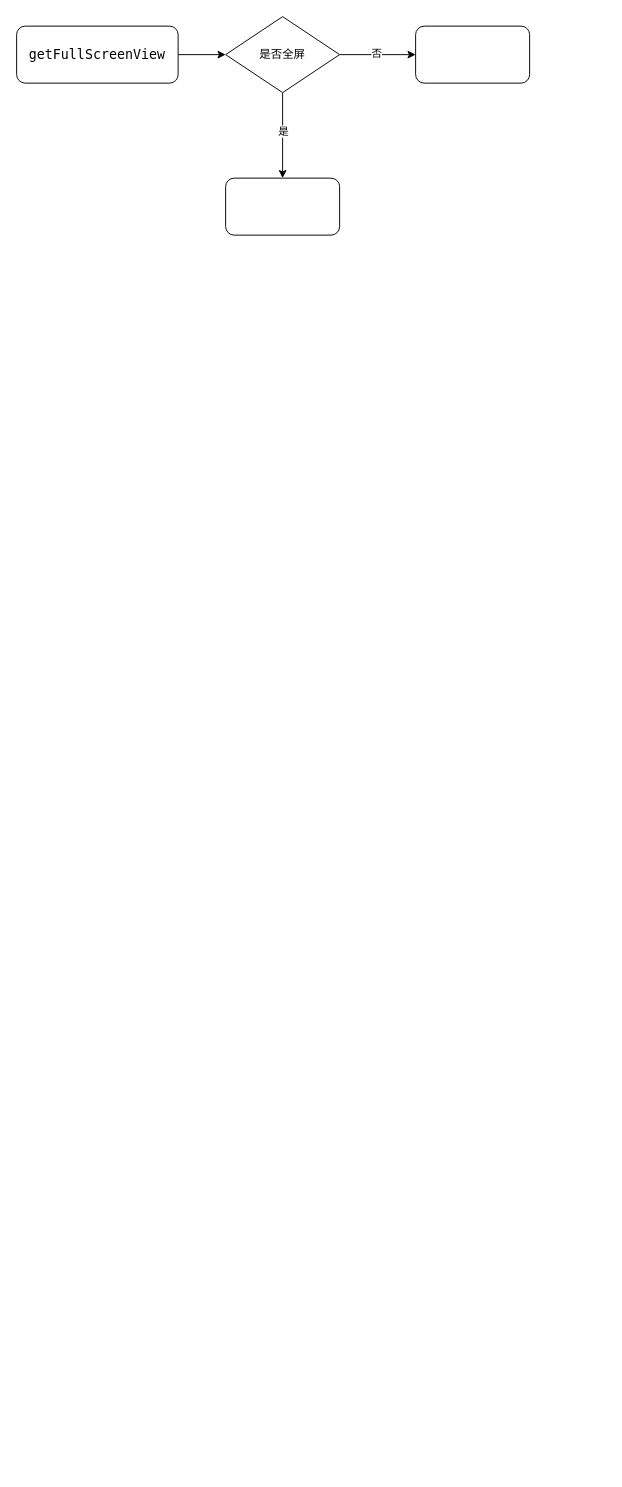
This is splashViewCreate.drawio from xinledanding/zzzzTest, a draw.io file, before an edit. Source tidied: cells renumbered, new cells numbered last; positions are measured from the earlier drawing's top-left corner, leaving out a move shared by most shapes. Both pictures are drawn from the tidied source at 95%, with x=0, y=0 at pixel (16, 16).
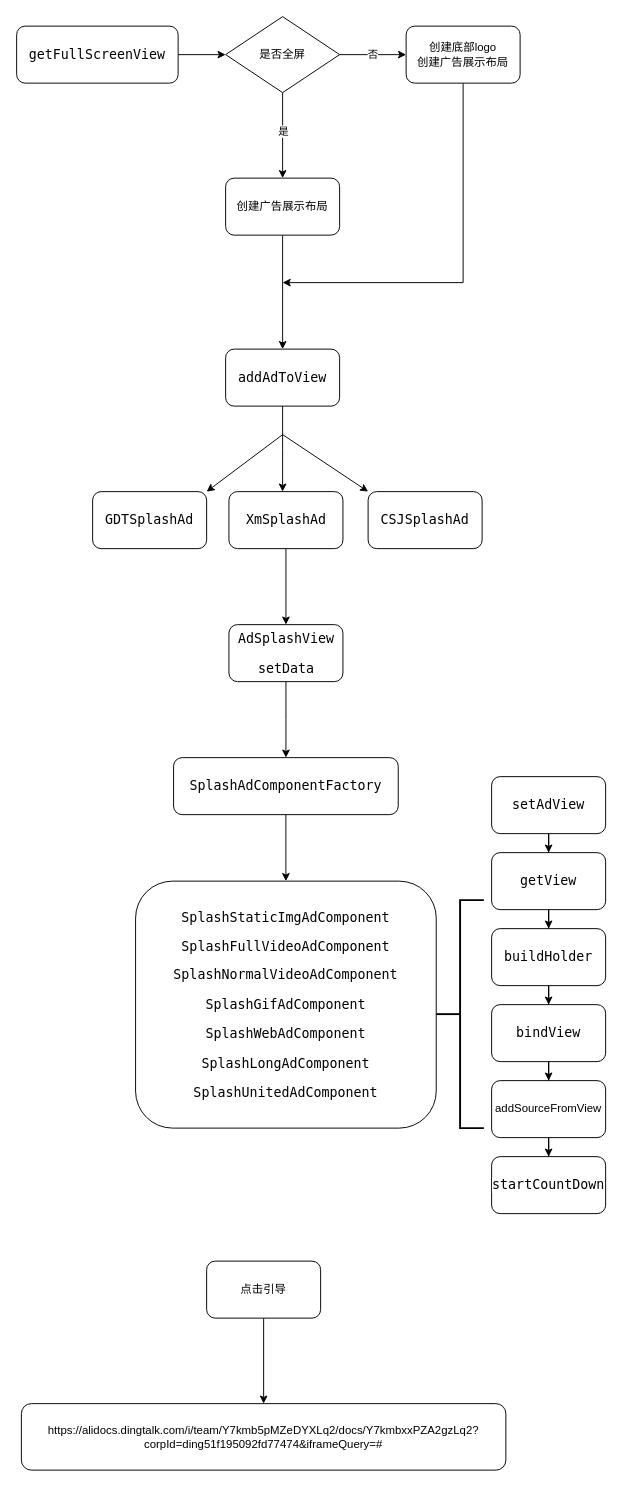
The same diagram, later.

Unchanged cells that the change refers to:
```xml
<mxCell id="8" value="是否全屏" style="rhombus;whiteSpace=wrap;html=1;" parent="1" vertex="1">
  <mxGeometry x="220" width="120" height="80" as="geometry" />
</mxCell>
```

What changed in the source:
```diff
@@
-    <mxCell id="6" style="edgeStyle=orthogonalEdgeStyle;rounded=0;jettySize=auto;html=1;" parent="1" edge="1" source="8">
-      <mxGeometry relative="1" as="geometry">
-        <mxPoint x="420" y="40" as="targetPoint" />
-      </mxGeometry>
-    </mxCell>
-    <mxCell id="7" value="否" style="edgeLabel;html=1;align=center;verticalAlign=middle;" parent="6" vertex="1">
-      <mxGeometry x="-0.05" y="2" relative="1" as="geometry" />
+    <mxCell id="7" value="否" style="edgeStyle=orthogonalEdgeStyle;rounded=0;jettySize=auto;html=1;" parent="1" edge="1" source="8" target="13">
+      <mxGeometry relative="1" as="geometry" />
     </mxCell>
@@
-    <mxCell id="9" style="rounded=1;whiteSpace=wrap;html=1;" parent="1" vertex="1">
-      <mxGeometry x="420" y="10" width="120" height="60" as="geometry" />
-    </mxCell>
+    <mxCell id="11" style="edgeStyle=orthogonalEdgeStyle;rounded=0;jettySize=auto;html=1;exitX=0.5;exitY=1;exitDx=0;exitDy=0;" parent="1" edge="1" source="10">
+      <mxGeometry relative="1" as="geometry">
+        <mxPoint x="280" y="350" as="targetPoint" />
+      </mxGeometry>
+    </mxCell>
-    <mxCell id="10" style="rounded=1;whiteSpace=wrap;html=1;" parent="1" vertex="1">
+    <mxCell id="10" value="创建广告展示布局" style="rounded=1;whiteSpace=wrap;html=1;" parent="1" vertex="1">
       <mxGeometry x="220" y="170" width="120" height="60" as="geometry" />
     </mxCell>
+    <mxCell id="12" style="edgeStyle=orthogonalEdgeStyle;rounded=0;jettySize=auto;html=1;" parent="1" edge="1" source="13">
+      <mxGeometry relative="1" as="geometry">
+        <mxPoint x="280" y="280" as="targetPoint" />
+        <Array as="points">
+          <mxPoint x="470" y="280" />
+          <mxPoint x="280" y="280" />
+        </Array>
+      </mxGeometry>
+    </mxCell>
+    <mxCell id="13" value="创建底部logo&lt;br&gt;创建广告展示布局" style="rounded=1;whiteSpace=wrap;html=1;" parent="1" vertex="1">
+      <mxGeometry x="410" y="10" width="120" height="60" as="geometry" />
+    </mxCell>
+    <mxCell id="14" style="edgeStyle=orthogonalEdgeStyle;rounded=0;jettySize=auto;html=1;" parent="1" edge="1" source="15">
+      <mxGeometry relative="1" as="geometry">
+        <mxPoint x="280" y="500" as="targetPoint" />
+      </mxGeometry>
+    </mxCell>
+    <mxCell id="15" value="&lt;pre style=&quot;background-color: rgb(255 , 255 , 255) ; font-family: &amp;#34;menlo&amp;#34; , monospace ; font-size: 10.5pt&quot;&gt;addAdToView&lt;/pre&gt;" style="rounded=1;whiteSpace=wrap;html=1;" parent="1" vertex="1">
+      <mxGeometry x="220" y="350" width="120" height="60" as="geometry" />
+    </mxCell>
+    <mxCell id="16" style="endArrow=classic;html=1;" parent="1" edge="1">
+      <mxGeometry relative="1" as="geometry">
+        <mxPoint x="280" y="440" as="sourcePoint" />
+        <mxPoint x="200" y="500" as="targetPoint" />
+      </mxGeometry>
+    </mxCell>
+    <mxCell id="17" style="endArrow=classic;html=1;" parent="1" edge="1">
+      <mxGeometry relative="1" as="geometry">
+        <mxPoint x="280" y="440" as="sourcePoint" />
+        <mxPoint x="370" y="500" as="targetPoint" />
+      </mxGeometry>
+    </mxCell>
+    <mxCell id="18" value="&lt;pre style=&quot;background-color: rgb(255 , 255 , 255) ; font-family: &amp;#34;menlo&amp;#34; , monospace ; font-size: 10.5pt&quot;&gt;GDTSplashAd&lt;/pre&gt;" style="rounded=1;whiteSpace=wrap;html=1;" parent="1" vertex="1">
+      <mxGeometry x="80" y="500" width="120" height="60" as="geometry" />
+    </mxCell>
+    <mxCell id="19" value="&lt;pre style=&quot;background-color: rgb(255 , 255 , 255) ; font-family: &amp;#34;menlo&amp;#34; , monospace ; font-size: 10.5pt&quot;&gt;CSJSplashAd&lt;/pre&gt;" style="rounded=1;whiteSpace=wrap;html=1;" parent="1" vertex="1">
+      <mxGeometry x="370" y="500" width="120" height="60" as="geometry" />
+    </mxCell>
+    <mxCell id="20" style="edgeStyle=orthogonalEdgeStyle;rounded=0;jettySize=auto;html=1;" parent="1" edge="1" source="21" target="23">
+      <mxGeometry relative="1" as="geometry" />
+    </mxCell>
+    <mxCell id="21" value="&lt;pre style=&quot;background-color: rgb(255 , 255 , 255) ; font-family: &amp;#34;menlo&amp;#34; , monospace ; font-size: 10.5pt&quot;&gt;XmSplashAd&lt;/pre&gt;" style="rounded=1;whiteSpace=wrap;html=1;" parent="1" vertex="1">
+      <mxGeometry x="223.5" y="500" width="120" height="60" as="geometry" />
+    </mxCell>
+    <mxCell id="22" style="edgeStyle=orthogonalEdgeStyle;rounded=0;jettySize=auto;html=1;" parent="1" edge="1" source="23" target="25">
+      <mxGeometry relative="1" as="geometry" />
+    </mxCell>
+    <mxCell id="23" value="&lt;pre style=&quot;background-color: rgb(255 , 255 , 255) ; font-family: &amp;#34;menlo&amp;#34; , monospace ; font-size: 10.5pt&quot;&gt;&lt;pre style=&quot;font-family: &amp;#34;menlo&amp;#34; , monospace ; font-size: 10.5pt&quot;&gt;AdSplashView&lt;/pre&gt;&lt;pre style=&quot;font-family: &amp;#34;menlo&amp;#34; , monospace ; font-size: 10.5pt&quot;&gt;setData&lt;/pre&gt;&lt;/pre&gt;" style="rounded=1;whiteSpace=wrap;html=1;" parent="1" vertex="1">
+      <mxGeometry x="223.5" y="640" width="120" height="60" as="geometry" />
+    </mxCell>
+    <mxCell id="24" style="edgeStyle=orthogonalEdgeStyle;rounded=0;jettySize=auto;html=1;" parent="1" edge="1" source="25" target="26">
+      <mxGeometry relative="1" as="geometry" />
+    </mxCell>
+    <mxCell id="25" value="&lt;pre style=&quot;background-color: rgb(255 , 255 , 255) ; font-family: &amp;#34;menlo&amp;#34; , monospace ; font-size: 10.5pt&quot;&gt;SplashAdComponentFactory&lt;/pre&gt;" style="rounded=1;whiteSpace=wrap;html=1;" parent="1" vertex="1">
+      <mxGeometry x="165.2" y="780" width="236.5" height="60" as="geometry" />
+    </mxCell>
+    <mxCell id="26" value="&lt;pre style=&quot;background-color: rgb(255 , 255 , 255) ; font-family: &amp;#34;menlo&amp;#34; , monospace ; font-size: 10.5pt&quot;&gt;&lt;pre style=&quot;font-family: &amp;#34;menlo&amp;#34; , monospace ; font-size: 10.5pt&quot;&gt;SplashStaticImgAdComponent&lt;/pre&gt;&lt;/pre&gt;&lt;pre style=&quot;background-color: rgb(255 , 255 , 255) ; font-family: &amp;#34;menlo&amp;#34; , monospace ; font-size: 10.5pt&quot;&gt;SplashFullVideoAdComponent&lt;/pre&gt;&lt;pre style=&quot;background-color: rgb(255 , 255 , 255) ; font-family: &amp;#34;menlo&amp;#34; , monospace ; font-size: 10.5pt&quot;&gt;&lt;pre style=&quot;font-family: &amp;#34;menlo&amp;#34; , monospace ; font-size: 10.5pt&quot;&gt;SplashNormalVideoAdComponent&lt;/pre&gt;&lt;pre style=&quot;font-family: &amp;#34;menlo&amp;#34; , monospace ; font-size: 10.5pt&quot;&gt;SplashGifAdComponent&lt;/pre&gt;&lt;pre style=&quot;font-family: &amp;#34;menlo&amp;#34; , monospace ; font-size: 10.5pt&quot;&gt;&lt;pre style=&quot;font-family: &amp;#34;menlo&amp;#34; , monospace ; font-size: 10.5pt&quot;&gt;SplashWebAdComponent&lt;/pre&gt;&lt;pre style=&quot;font-family: &amp;#34;menlo&amp;#34; , monospace ; font-size: 10.5pt&quot;&gt;SplashLongAdComponent&lt;/pre&gt;&lt;pre style=&quot;font-family: &amp;#34;menlo&amp;#34; , monospace ; font-size: 10.5pt&quot;&gt;SplashUnitedAdComponent&lt;/pre&gt;&lt;/pre&gt;&lt;/pre&gt;" style="rounded=1;whiteSpace=wrap;html=1;" parent="1" vertex="1">
+      <mxGeometry x="125.2" y="910" width="316.5" height="260" as="geometry" />
+    </mxCell>
+    <mxCell id="27" style="edgeStyle=orthogonalEdgeStyle;rounded=0;jettySize=auto;html=1;" parent="1" edge="1" source="28" target="31">
+      <mxGeometry relative="1" as="geometry" />
+    </mxCell>
+    <mxCell id="28" value="&lt;pre style=&quot;background-color: #ffffff ; color: #000000 ; font-family: &amp;quot;menlo&amp;quot; , monospace ; font-size: 10.5pt&quot;&gt;setAdView&lt;/pre&gt;" style="rounded=1;whiteSpace=wrap;html=1;" parent="1" vertex="1">
+      <mxGeometry x="500" y="800" width="120" height="60" as="geometry" />
+    </mxCell>
+    <mxCell id="29" style="strokeWidth=2;html=1;shape=mxgraph.flowchart.annotation_2;align=left;labelPosition=right;" parent="1" vertex="1">
+      <mxGeometry x="441.8" y="930" width="50" height="240" as="geometry" />
+    </mxCell>
+    <mxCell id="30" style="edgeStyle=orthogonalEdgeStyle;rounded=0;jettySize=auto;html=1;" parent="1" edge="1" source="31" target="33">
+      <mxGeometry relative="1" as="geometry" />
+    </mxCell>
+    <mxCell id="31" value="&lt;pre style=&quot;background-color: #ffffff ; color: #000000 ; font-family: &amp;quot;menlo&amp;quot; , monospace ; font-size: 10.5pt&quot;&gt;getView&lt;/pre&gt;" style="whiteSpace=wrap;html=1;rounded=1;" parent="1" vertex="1">
+      <mxGeometry x="500" y="880" width="120" height="60" as="geometry" />
+    </mxCell>
+    <mxCell id="32" style="edgeStyle=orthogonalEdgeStyle;rounded=0;jettySize=auto;html=1;" parent="1" edge="1" source="33" target="35">
+      <mxGeometry relative="1" as="geometry" />
+    </mxCell>
+    <mxCell id="33" value="&lt;pre style=&quot;background-color: #ffffff ; color: #000000 ; font-family: &amp;quot;menlo&amp;quot; , monospace ; font-size: 10.5pt&quot;&gt;buildHolder&lt;/pre&gt;" style="rounded=1;whiteSpace=wrap;html=1;" parent="1" vertex="1">
+      <mxGeometry x="500" y="960" width="120" height="60" as="geometry" />
+    </mxCell>
+    <mxCell id="34" style="edgeStyle=orthogonalEdgeStyle;rounded=0;jettySize=auto;html=1;" parent="1" edge="1" source="35" target="37">
+      <mxGeometry relative="1" as="geometry" />
+    </mxCell>
+    <mxCell id="35" value="&lt;pre style=&quot;background-color: #ffffff ; color: #000000 ; font-family: &amp;#34;menlo&amp;#34; , monospace ; font-size: 10.5pt&quot;&gt;&lt;pre style=&quot;font-family: &amp;#34;menlo&amp;#34; , monospace ; font-size: 10.5pt&quot;&gt;bindView&lt;/pre&gt;&lt;/pre&gt;" style="whiteSpace=wrap;html=1;rounded=1;" parent="1" vertex="1">
+      <mxGeometry x="500" y="1040" width="120" height="60" as="geometry" />
+    </mxCell>
+    <mxCell id="36" style="edgeStyle=orthogonalEdgeStyle;rounded=0;jettySize=auto;html=1;" parent="1" edge="1" source="37" target="38">
+      <mxGeometry relative="1" as="geometry" />
+    </mxCell>
+    <mxCell id="37" value="addSourceFromView" style="rounded=1;whiteSpace=wrap;html=1;" parent="1" vertex="1">
+      <mxGeometry x="500" y="1120" width="120" height="60" as="geometry" />
+    </mxCell>
+    <mxCell id="38" value="&lt;pre style=&quot;background-color: rgb(255 , 255 , 255) ; font-family: &amp;#34;menlo&amp;#34; , monospace ; font-size: 10.5pt&quot;&gt;startCountDown&lt;/pre&gt;" style="rounded=1;whiteSpace=wrap;html=1;" parent="1" vertex="1">
+      <mxGeometry x="500" y="1200" width="120" height="60" as="geometry" />
+    </mxCell>
+    <mxCell id="39" style="edgeStyle=orthogonalEdgeStyle;rounded=0;jettySize=auto;html=1;" parent="1" edge="1" source="40" target="41">
+      <mxGeometry relative="1" as="geometry" />
+    </mxCell>
+    <mxCell id="40" value="点击引导" style="rounded=1;whiteSpace=wrap;html=1;" parent="1" vertex="1">
+      <mxGeometry x="200" y="1310" width="120" height="60" as="geometry" />
+    </mxCell>
+    <mxCell id="41" value="https://alidocs.dingtalk.com/i/team/Y7kmb5pMZeDYXLq2/docs/Y7kmbxxPZA2gzLq2?corpId=ding51f195092fd77474&amp;amp;iframeQuery=#" style="whiteSpace=wrap;html=1;rounded=1;" parent="1" vertex="1">
+      <mxGeometry x="5" y="1460" width="510" height="70" as="geometry" />
+    </mxCell>
```
